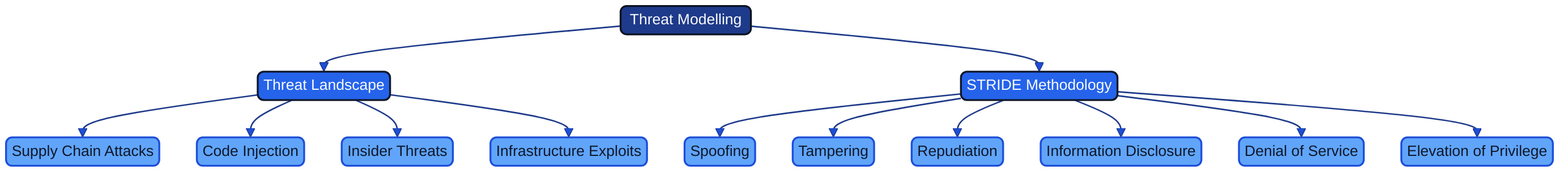
This is docs/images/mindmap_10_security_threat_modeling.png from Geonitab/architecture_as_code, a Mermaid export, as it was before one commit. Its source is kept beside it as docs/images/mindmap_10_security_threat_modeling.mmd.
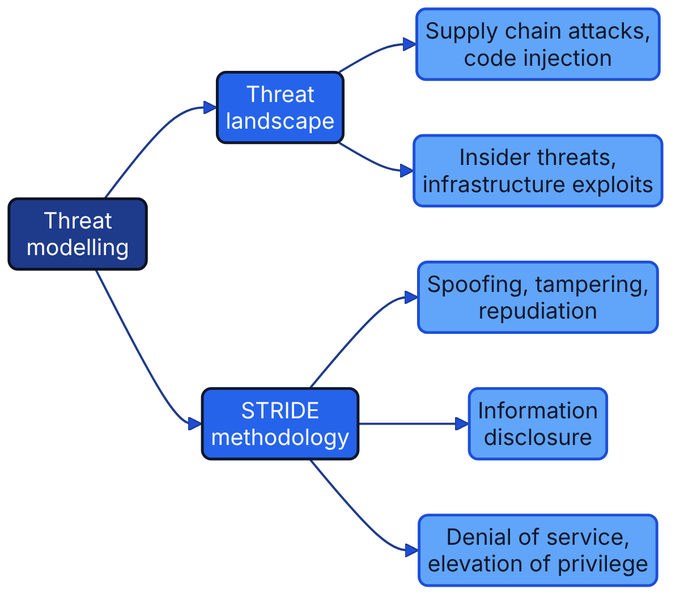
After the commit.

Diff of the diagram source:
```diff
@@ -1,14 +1,16 @@
-graph TD
-    ROOT(["Threat Modelling"]):::geon-primary
-    ROOT --> TL["Threat Landscape"]:::geon-accent
-    ROOT --> SM["STRIDE Methodology"]:::geon-accent
-    TL --> TL1["Supply Chain Attacks"]:::geon-highlight
-    TL --> TL2["Code Injection"]:::geon-highlight
-    TL --> TL3["Insider Threats"]:::geon-highlight
-    TL --> TL4["Infrastructure Exploits"]:::geon-highlight
-    SM --> SM1["Spoofing"]:::geon-highlight
-    SM --> SM2["Tampering"]:::geon-highlight
-    SM --> SM3["Repudiation"]:::geon-highlight
-    SM --> SM4["Information Disclosure"]:::geon-highlight
-    SM --> SM5["Denial of Service"]:::geon-highlight
-    SM --> SM6["Elevation of Privilege"]:::geon-highlight
+flowchart LR
+    ROOT(["Threat<br/>modelling"]):::geon-primary
+    TL["Threat<br/>landscape"]:::geon-accent
+    SM["STRIDE<br/>methodology"]:::geon-accent
+    TL1["Supply chain attacks,<br/>code injection"]:::geon-highlight
+    TL2["Insider threats,<br/>infrastructure exploits"]:::geon-highlight
+    SM1["Spoofing, tampering,<br/>repudiation"]:::geon-highlight
+    SM2["Information<br/>disclosure"]:::geon-highlight
+    SM3["Denial of service,<br/>elevation of privilege"]:::geon-highlight
+    ROOT --> TL
+    ROOT --> SM
+    TL --> TL1
+    TL --> TL2
+    SM --> SM1
+    SM --> SM2
+    SM --> SM3
```
